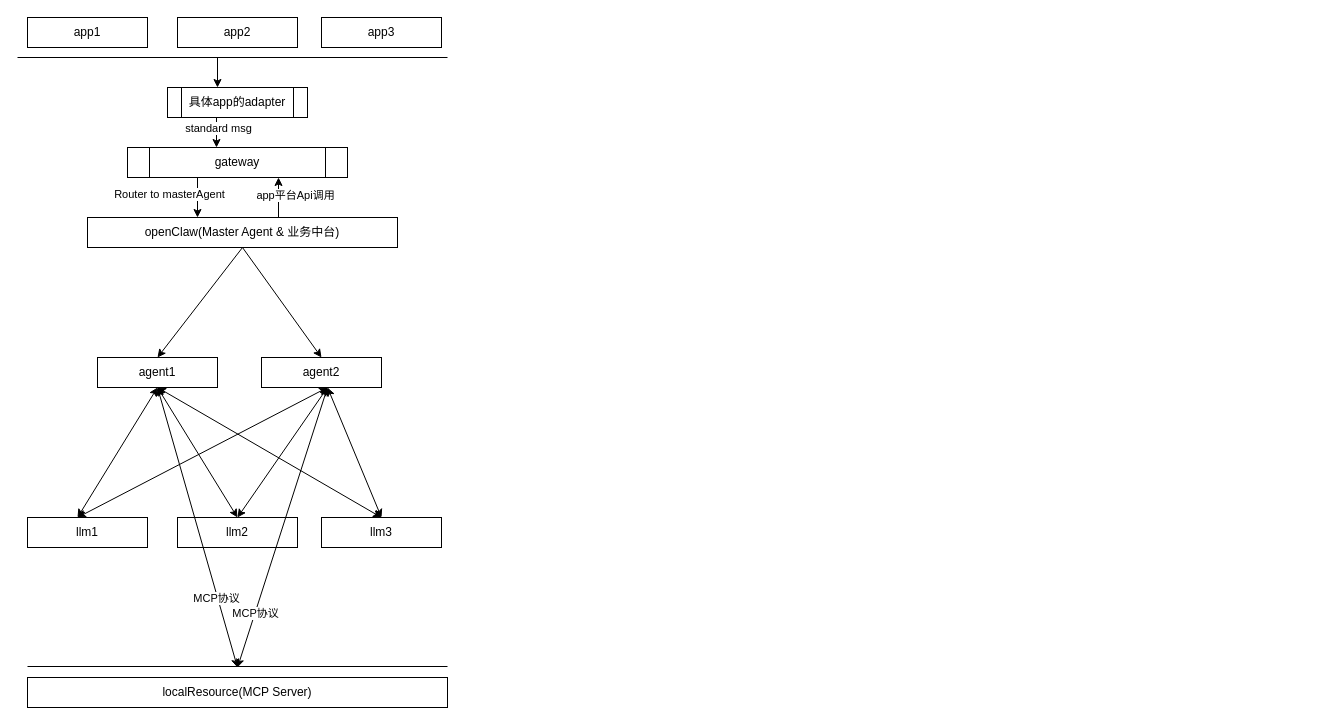
Above: 未命名绘图.drawio in uknowgoodman/reps260401 (draw.io), before the change. Source tidied: cells renumbered, new cells numbered last; positions are measured from the earlier drawing's top-left corner, leaving out a move shared by most shapes. Both pictures are drawn from the tidied source at 100%, with x=0, y=0 at pixel (17, 17).
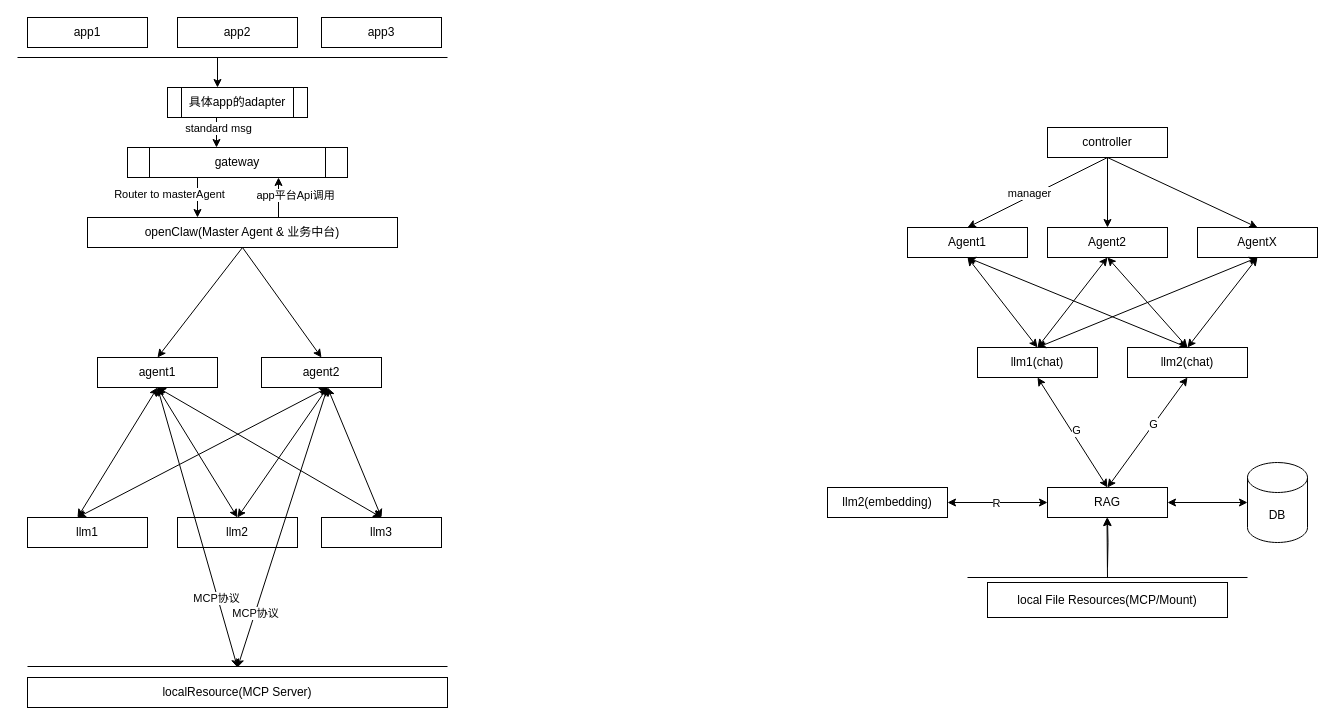
The same diagram, later.

Commit message:
更新未命名绘图.drawio

The edit, as a diff of the source:
```diff
@@
+    <mxCell id="35" value="controller" style="rounded=0;whiteSpace=wrap;html=1;" parent="1" vertex="1">
+      <mxGeometry x="1030" y="110" width="120" height="30" as="geometry" />
+    </mxCell>
+    <mxCell id="36" value="llm1(chat)" style="rounded=0;whiteSpace=wrap;html=1;" parent="1" vertex="1">
+      <mxGeometry x="960" y="330" width="120" height="30" as="geometry" />
+    </mxCell>
+    <mxCell id="37" value="llm2(embedding)" style="rounded=0;whiteSpace=wrap;html=1;" parent="1" vertex="1">
+      <mxGeometry x="810" y="470" width="120" height="30" as="geometry" />
+    </mxCell>
+    <mxCell id="38" value="Agent1" style="rounded=0;whiteSpace=wrap;html=1;" parent="1" vertex="1">
+      <mxGeometry x="890" y="210" width="120" height="30" as="geometry" />
+    </mxCell>
+    <mxCell id="39" value="Agent2" style="rounded=0;whiteSpace=wrap;html=1;" parent="1" vertex="1">
+      <mxGeometry x="1030" y="210" width="120" height="30" as="geometry" />
+    </mxCell>
+    <mxCell id="40" value="AgentX" style="rounded=0;whiteSpace=wrap;html=1;" parent="1" vertex="1">
+      <mxGeometry x="1180" y="210" width="120" height="30" as="geometry" />
+    </mxCell>
+    <mxCell id="41" style="endArrow=classic;html=1;rounded=0;" parent="1" edge="1">
+      <mxGeometry relative="1" as="geometry">
+        <mxPoint x="1090" y="140" as="sourcePoint" />
+        <mxPoint x="1090" y="210" as="targetPoint" />
+      </mxGeometry>
+    </mxCell>
+    <mxCell id="42" style="endArrow=classic;html=1;rounded=0;entryX=0.5;entryY=0;entryDx=0;entryDy=0;" parent="1" edge="1" target="38">
+      <mxGeometry relative="1" as="geometry">
+        <mxPoint x="1090" y="140" as="sourcePoint" />
+      </mxGeometry>
+    </mxCell>
+    <mxCell id="43" value="manager" style="edgeLabel;html=1;align=center;verticalAlign=middle;" parent="42" vertex="1">
+      <mxGeometry x="0.1" y="-3" relative="1" as="geometry" />
+    </mxCell>
+    <mxCell id="44" style="endArrow=classic;html=1;rounded=0;entryX=0.5;entryY=0;entryDx=0;entryDy=0;" parent="1" edge="1" target="40">
+      <mxGeometry relative="1" as="geometry">
+        <mxPoint x="1090" y="140" as="sourcePoint" />
+      </mxGeometry>
+    </mxCell>
+    <mxCell id="45" style="endArrow=classic;startArrow=classic;html=1;rounded=0;entryX=0.5;entryY=1;entryDx=0;entryDy=0;exitX=0.5;exitY=0;exitDx=0;exitDy=0;" parent="1" edge="1" source="36" target="38">
+      <mxGeometry relative="1" as="geometry" />
+    </mxCell>
+    <mxCell id="46" style="endArrow=classic;startArrow=classic;html=1;rounded=0;entryX=0.5;entryY=1;entryDx=0;entryDy=0;exitX=0.5;exitY=0;exitDx=0;exitDy=0;" parent="1" edge="1" source="36" target="39">
+      <mxGeometry relative="1" as="geometry" />
+    </mxCell>
+    <mxCell id="47" style="endArrow=classic;startArrow=classic;html=1;rounded=0;entryX=0.5;entryY=1;entryDx=0;entryDy=0;exitX=0.5;exitY=0;exitDx=0;exitDy=0;" parent="1" edge="1" source="36" target="40">
+      <mxGeometry relative="1" as="geometry" />
+    </mxCell>
+    <mxCell id="48" value="llm2(chat)" style="rounded=0;whiteSpace=wrap;html=1;" parent="1" vertex="1">
+      <mxGeometry x="1110" y="330" width="120" height="30" as="geometry" />
+    </mxCell>
+    <mxCell id="49" style="endArrow=classic;startArrow=classic;html=1;rounded=0;" parent="1" edge="1">
+      <mxGeometry relative="1" as="geometry">
+        <mxPoint x="1170" y="330" as="sourcePoint" />
+        <mxPoint x="950" y="240" as="targetPoint" />
+      </mxGeometry>
+    </mxCell>
+    <mxCell id="50" style="endArrow=classic;startArrow=classic;html=1;rounded=0;entryX=0.5;entryY=1;entryDx=0;entryDy=0;exitX=0.5;exitY=0;exitDx=0;exitDy=0;" parent="1" edge="1" source="48" target="39">
+      <mxGeometry relative="1" as="geometry" />
+    </mxCell>
+    <mxCell id="51" style="endArrow=classic;startArrow=classic;html=1;rounded=0;entryX=0.5;entryY=1;entryDx=0;entryDy=0;exitX=0.5;exitY=0;exitDx=0;exitDy=0;" parent="1" edge="1" source="48" target="40">
+      <mxGeometry relative="1" as="geometry" />
+    </mxCell>
+    <mxCell id="52" value="RAG" style="rounded=0;whiteSpace=wrap;html=1;" parent="1" vertex="1">
+      <mxGeometry x="1030" y="470" width="120" height="30" as="geometry" />
+    </mxCell>
+    <mxCell id="53" style="edgeStyle=orthogonalEdgeStyle;rounded=0;jettySize=auto;html=1;" parent="1" edge="1" target="52">
+      <mxGeometry relative="1" as="geometry">
+        <mxPoint x="1090" y="550" as="sourcePoint" />
+      </mxGeometry>
+    </mxCell>
+    <mxCell id="54" value="local File Resources(MCP/Mount)" style="rounded=0;whiteSpace=wrap;html=1;" parent="1" vertex="1">
+      <mxGeometry x="970" y="565" width="240" height="35" as="geometry" />
+    </mxCell>
+    <mxCell id="55" style="endArrow=classic;html=1;rounded=0;" parent="1" edge="1">
+      <mxGeometry relative="1" as="geometry">
+        <mxPoint x="1090" y="560" as="sourcePoint" />
+        <mxPoint x="1089.5" y="500" as="targetPoint" />
+      </mxGeometry>
+    </mxCell>
+    <mxCell id="56" style="endArrow=classic;startArrow=classic;html=1;rounded=0;entryX=0.5;entryY=1;entryDx=0;entryDy=0;exitX=0.5;exitY=0;exitDx=0;exitDy=0;" parent="1" edge="1" source="52" target="36">
+      <mxGeometry relative="1" as="geometry" />
+    </mxCell>
+    <mxCell id="57" value="G" style="edgeLabel;html=1;align=center;verticalAlign=middle;" parent="56" vertex="1">
+      <mxGeometry x="0.02" y="-3" relative="1" as="geometry">
+        <mxPoint x="1" as="offset" />
+      </mxGeometry>
+    </mxCell>
+    <mxCell id="58" style="endArrow=classic;startArrow=classic;html=1;rounded=0;entryX=0.5;entryY=1;entryDx=0;entryDy=0;exitX=0.5;exitY=0;exitDx=0;exitDy=0;" parent="1" edge="1" source="52" target="48">
+      <mxGeometry relative="1" as="geometry" />
+    </mxCell>
+    <mxCell id="59" value="G" style="edgeLabel;html=1;align=center;verticalAlign=middle;" parent="58" vertex="1">
+      <mxGeometry x="0.15" y="1" relative="1" as="geometry" />
+    </mxCell>
+    <mxCell id="60" style="endArrow=classic;startArrow=classic;html=1;rounded=0;entryX=0;entryY=0.5;entryDx=0;entryDy=0;exitX=1;exitY=0.5;exitDx=0;exitDy=0;" parent="1" edge="1" source="37" target="52">
+      <mxGeometry relative="1" as="geometry" />
+    </mxCell>
+    <mxCell id="61" value="R" style="edgeLabel;html=1;align=center;verticalAlign=middle;" parent="60" vertex="1">
+      <mxGeometry x="-0.04" relative="1" as="geometry" />
+    </mxCell>
+    <mxCell id="62" style="endArrow=none;html=1;rounded=0;" parent="1" edge="1">
+      <mxGeometry relative="1" as="geometry">
+        <mxPoint x="950" y="560" as="sourcePoint" />
+        <mxPoint x="1230" y="560" as="targetPoint" />
+      </mxGeometry>
+    </mxCell>
+    <mxCell id="63" value="DB" style="shape=cylinder3;whiteSpace=wrap;html=1;boundedLbl=1;backgroundOutline=1;size=15;" parent="1" vertex="1">
+      <mxGeometry x="1230" y="445" width="60" height="80" as="geometry" />
+    </mxCell>
+    <mxCell id="64" style="endArrow=classic;startArrow=classic;html=1;rounded=0;entryX=0;entryY=0.5;entryDx=0;entryDy=0;entryPerimeter=0;exitX=1;exitY=0.5;exitDx=0;exitDy=0;" parent="1" edge="1" source="52" target="63">
+      <mxGeometry relative="1" as="geometry" />
+    </mxCell>
```
